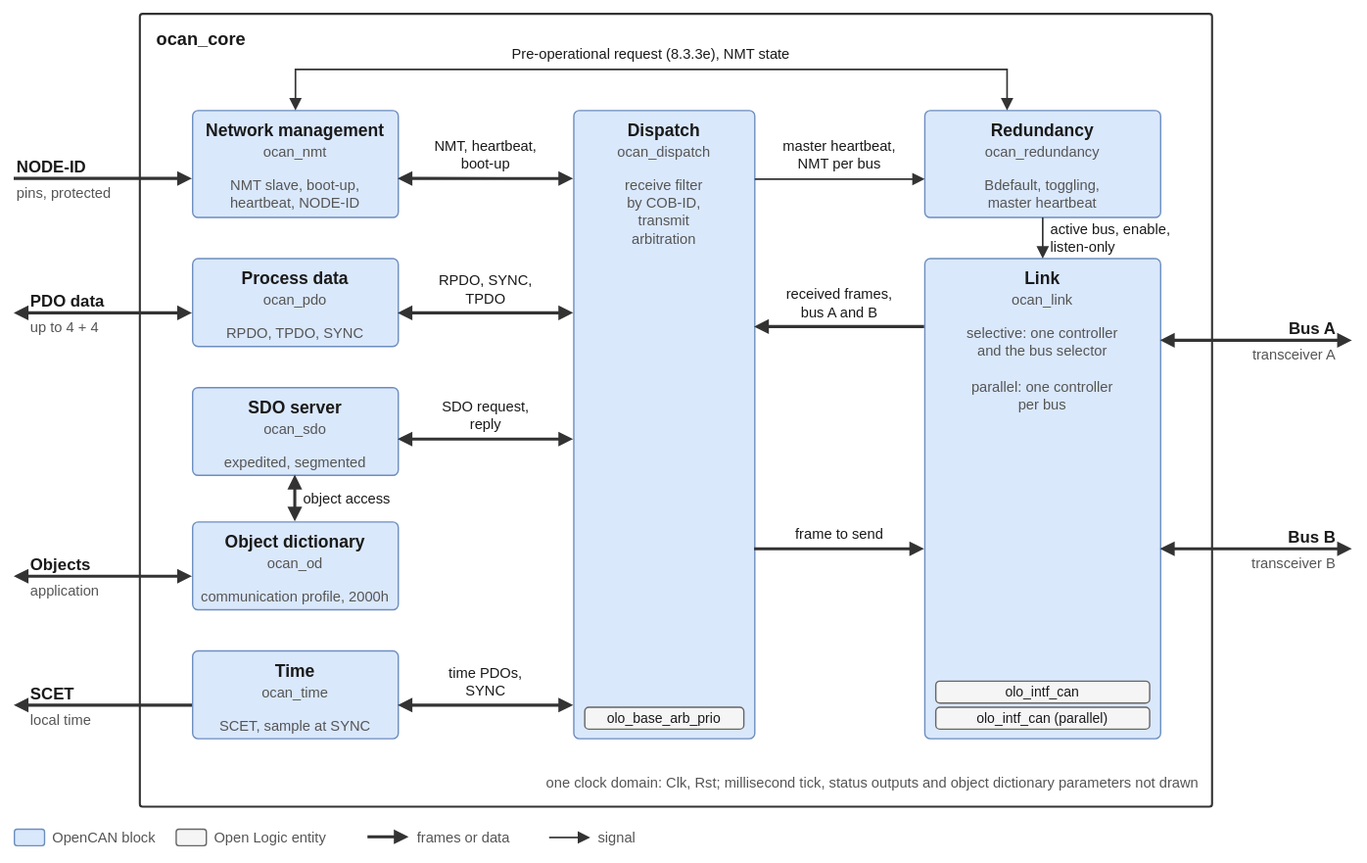
Earlier version of the draw.io export docs/img/ocan_core_overview.drawio.svg (open-space-hdl/opencan). Source tidied: cells renumbered, new cells last; positions are measured from the earlier drawing's top-left corner, leaving out a move shared by most shapes.
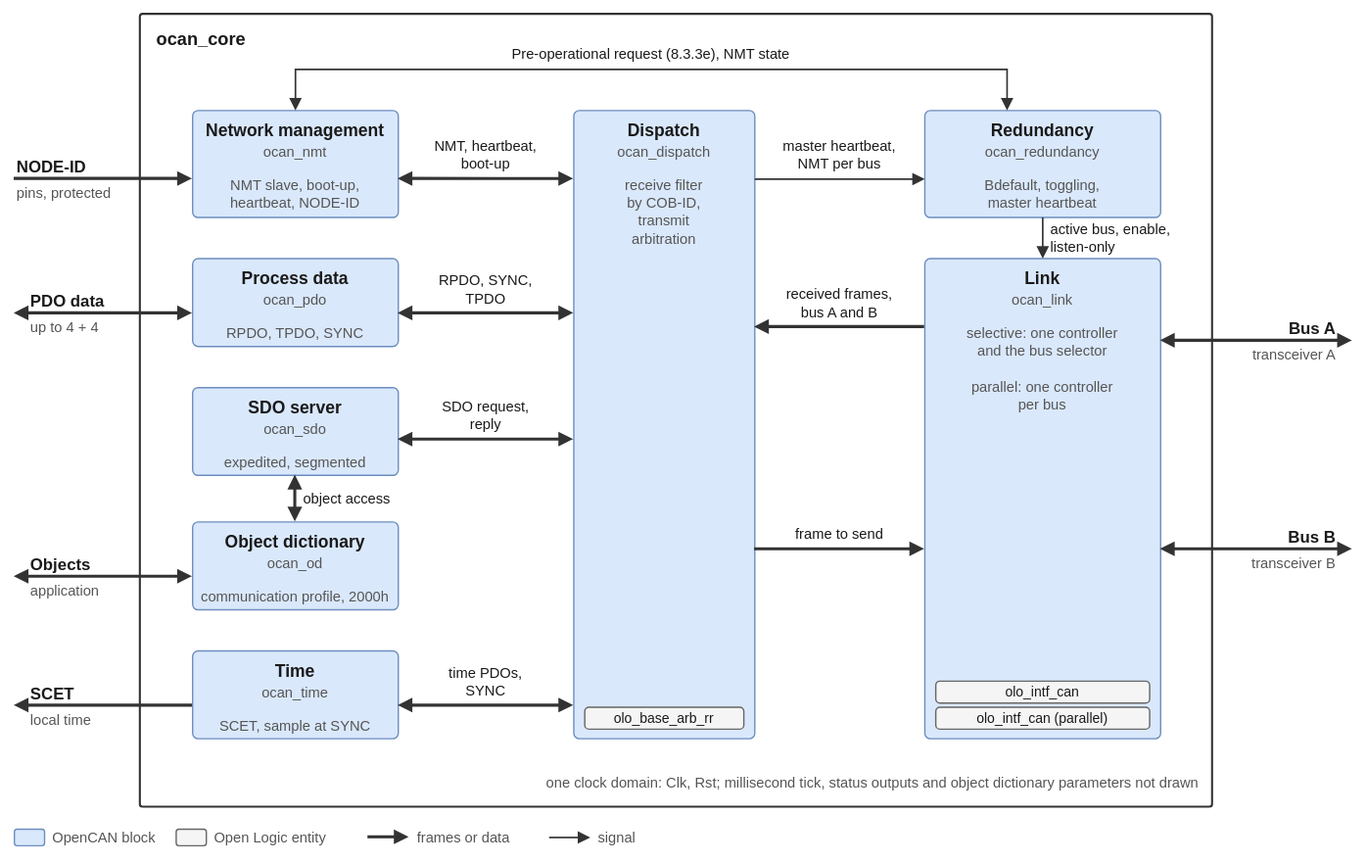
After the change.

Commit message:
Add the review points to the ocan_link and ocan_dispatch specifications

What changed in the source:
```diff
@@ -83,7 +83,7 @@
     <mxCell id="28" value="receive filter&#10;by COB-ID,&#10;transmit&#10;arbitration" style="text;html=0;fontFamily=Helvetica;fontSize=10.5;fontColor=#555555;align=center;verticalAlign=top;fontStyle=0;spacing=0;whiteSpace=nowrap;" parent="25" vertex="1">
       <mxGeometry y="44" width="132" height="56" as="geometry" />
     </mxCell>
-    <mxCell id="29" value="olo_base_arb_prio" style="rounded=1;arcSize=6;absoluteArcSize=1;html=0;fillColor=#f5f5f5;strokeColor=#666666;fontFamily=Helvetica;fontSize=10;fontColor=#1a1a1a;align=center;verticalAlign=middle;spacing=0;" parent="25" vertex="1">
+    <mxCell id="29" value="olo_base_arb_rr" style="rounded=1;arcSize=6;absoluteArcSize=1;html=0;fillColor=#f5f5f5;strokeColor=#666666;fontFamily=Helvetica;fontSize=10;fontColor=#1a1a1a;align=center;verticalAlign=middle;spacing=0;" parent="25" vertex="1">
       <mxGeometry x="8" y="435" width="116" height="16" as="geometry" />
     </mxCell>
     <mxCell id="30" style="rounded=1;arcSize=8;absoluteArcSize=1;html=0;fillColor=#dae8fc;strokeColor=#6c8ebf;" parent="1" vertex="1">
```
